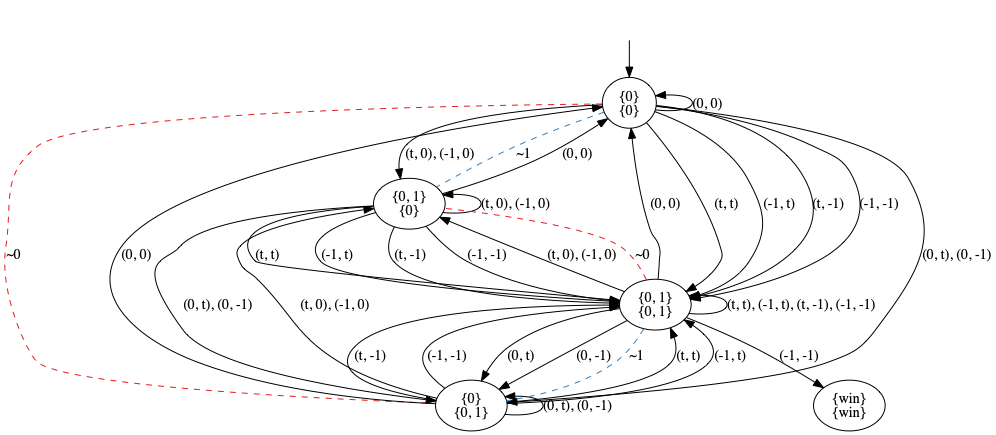
Earlier version of the Graphviz export pictures/GK.png (olandr/mkbsc). Its source is kept beside it as pictures/GK.dot.
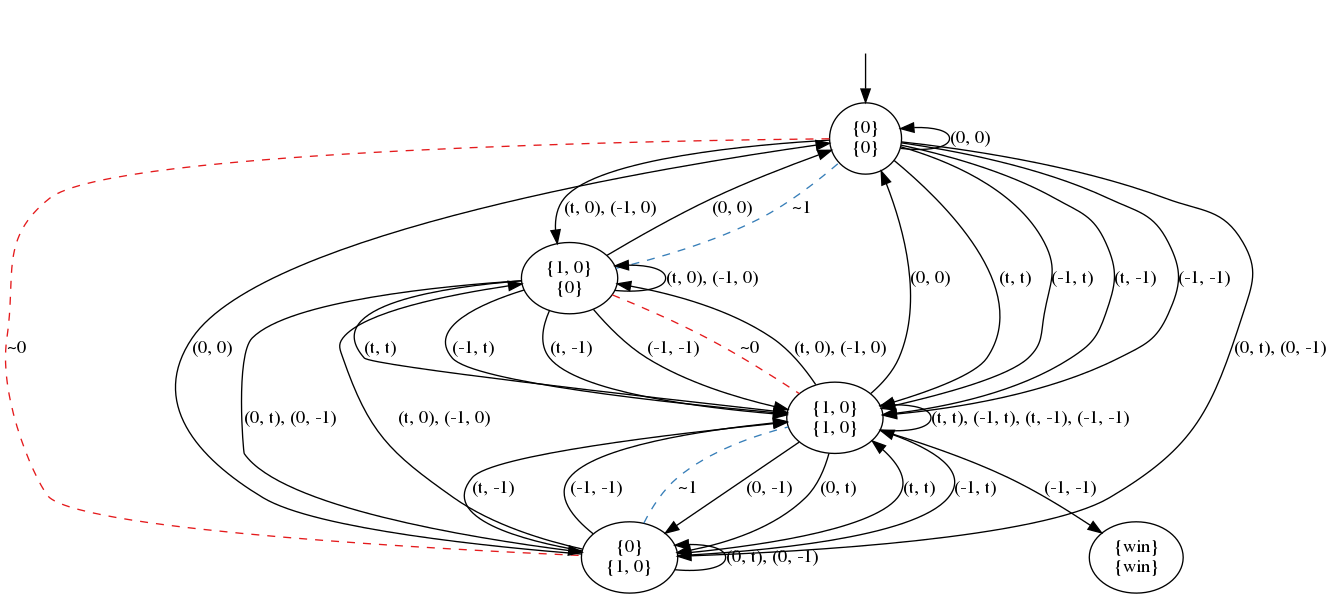
After the commit.

What changed in the source:
```diff
@@ -3,42 +3,42 @@
 nodesep=0.5;
 ranksep=0.5;
 splines=True;
-4584738208 [label="{0}\n{0}"];
-4584735800 [label="{0, 1}\n{0}"];
-4584736808 [label="{0}\n{0, 1}"];
-4584736920 [label="{0, 1}\n{0, 1}"];
-4584653992 [label="{win}\n{win}"];
+140446667546184 [label="{0}\n{0}"];
+140446667545232 [label="{1, 0}\n{0}"];
+140446667546464 [label="{0}\n{1, 0}"];
+140446667542880 [label="{1, 0}\n{1, 0}"];
+140446667216376 [label="{win}\n{win}"];
 hidden [label="", shape=none];
-4584738208 -> 4584738208  [action="('0', '0')", dir=back, key="('0', '0')", label="(0, 0)"];
-4584738208 -> 4584736920  [action="('t', 't')", key="('t', 't')", label="(t, t)"];
-4584738208 -> 4584736920  [action="('-1', 't')", key="('-1', 't')", label="(-1, t)"];
-4584738208 -> 4584736920  [action="('t', '-1')", key="('t', '-1')", label="(t, -1)"];
-4584738208 -> 4584736920  [action="('-1', '-1')", key="('-1', '-1')", label="(-1, -1)"];
-4584738208 -> 4584735800  [action="(('t', '0'), ('-1', '0'))", key="(('t', '0'), ('-1', '0'))", label="(t, 0), (-1, 0)"];
-4584738208 -> 4584735800  [arrowhead=none, color=2, colorscheme=set19, constraint=True, key=1, label="~1", style=dashed];
-4584738208 -> 4584736808  [action="(('0', 't'), ('0', '-1'))", key="(('0', 't'), ('0', '-1'))", label="(0, t), (0, -1)"];
-4584738208 -> 4584736808  [arrowhead=none, color=1, colorscheme=set19, constraint=True, key=1, label="~0", style=dashed];
-4584735800 -> 4584738208  [action="('0', '0')", key="('0', '0')", label="(0, 0)"];
-4584735800 -> 4584736920  [action="('t', 't')", key="('t', 't')", label="(t, t)"];
-4584735800 -> 4584736920  [action="('-1', 't')", key="('-1', 't')", label="(-1, t)"];
-4584735800 -> 4584736920  [action="('t', '-1')", key="('t', '-1')", label="(t, -1)"];
-4584735800 -> 4584736920  [action="('-1', '-1')", key="('-1', '-1')", label="(-1, -1)"];
-4584735800 -> 4584735800  [action="(('t', '0'), ('-1', '0'))", dir=back, key="(('t', '0'), ('-1', '0'))", label="(t, 0), (-1, 0)"];
-4584735800 -> 4584736808  [action="(('0', 't'), ('0', '-1'))", key="(('0', 't'), ('0', '-1'))", label="(0, t), (0, -1)"];
-4584736808 -> 4584738208  [action="('0', '0')", key="('0', '0')", label="(0, 0)"];
-4584736808 -> 4584736920  [action="('t', 't')", key="('t', 't')", label="(t, t)"];
-4584736808 -> 4584736920  [action="('-1', 't')", key="('-1', 't')", label="(-1, t)"];
-4584736808 -> 4584736920  [action="('t', '-1')", key="('t', '-1')", label="(t, -1)"];
-4584736808 -> 4584736920  [action="('-1', '-1')", key="('-1', '-1')", label="(-1, -1)"];
-4584736808 -> 4584735800  [action="(('t', '0'), ('-1', '0'))", key="(('t', '0'), ('-1', '0'))", label="(t, 0), (-1, 0)"];
-4584736808 -> 4584736808  [action="(('0', 't'), ('0', '-1'))", dir=back, key="(('0', 't'), ('0', '-1'))", label="(0, t), (0, -1)"];
-4584736920 -> 4584738208  [action="('0', '0')", key="('0', '0')", label="(0, 0)"];
-4584736920 -> 4584736808  [action="('0', 't')", key="('0', 't')", label="(0, t)"];
-4584736920 -> 4584736808  [action="('0', '-1')", key="('0', '-1')", label="(0, -1)"];
-4584736920 -> 4584736808  [arrowhead=none, color=2, colorscheme=set19, constraint=True, key=2, label="~1", style=dashed];
-4584736920 -> 4584653992  [action="('-1', '-1')", key="('-1', '-1')", label="(-1, -1)"];
-4584736920 -> 4584735800  [action="(('t', '0'), ('-1', '0'))", key="(('t', '0'), ('-1', '0'))", label="(t, 0), (-1, 0)"];
-4584736920 -> 4584735800  [arrowhead=none, color=1, colorscheme=set19, constraint=True, key=1, label="~0", style=dashed];
-4584736920 -> 4584736920  [action="(('t', 't'), ('-1', 't'), ('t', '-1'), ('-1', '-1'))", dir=back, key="(('t', 't'), ('-1', 't'), ('t', '-1'), ('-1', '-1'))", label="(t, t), (-1, t), (t, -1), (-1, -1)"];
-hidden -> 4584738208  [key=0];
+140446667546184 -> 140446667546184  [action="('0', '0')", dir=back, key="('0', '0')", label="(0, 0)"];
+140446667546184 -> 140446667542880  [action="('t', 't')", key="('t', 't')", label="(t, t)"];
+140446667546184 -> 140446667542880  [action="('-1', 't')", key="('-1', 't')", label="(-1, t)"];
+140446667546184 -> 140446667542880  [action="('t', '-1')", key="('t', '-1')", label="(t, -1)"];
+140446667546184 -> 140446667542880  [action="('-1', '-1')", key="('-1', '-1')", label="(-1, -1)"];
+140446667546184 -> 140446667545232  [action="(('t', '0'), ('-1', '0'))", key="(('t', '0'), ('-1', '0'))", label="(t, 0), (-1, 0)"];
+140446667546184 -> 140446667546464  [action="(('0', 't'), ('0', '-1'))", key="(('0', 't'), ('0', '-1'))", label="(0, t), (0, -1)"];
+140446667546184 -> 140446667546464  [arrowhead=none, color=1, colorscheme=set19, constraint=True, key=1, label="~0", style=dashed];
+140446667545232 -> 140446667546184  [action="('0', '0')", key="('0', '0')", label="(0, 0)"];
+140446667545232 -> 140446667546184  [arrowhead=none, color=2, colorscheme=set19, constraint=True, key=1, label="~1", style=dashed];
+140446667545232 -> 140446667542880  [action="('t', 't')", key="('t', 't')", label="(t, t)"];
+140446667545232 -> 140446667542880  [action="('-1', 't')", key="('-1', 't')", label="(-1, t)"];
+140446667545232 -> 140446667542880  [action="('t', '-1')", key="('t', '-1')", label="(t, -1)"];
+140446667545232 -> 140446667542880  [action="('-1', '-1')", key="('-1', '-1')", label="(-1, -1)"];
+140446667545232 -> 140446667542880  [arrowhead=none, color=1, colorscheme=set19, constraint=True, key=4, label="~0", style=dashed];
+140446667545232 -> 140446667545232  [action="(('t', '0'), ('-1', '0'))", dir=back, key="(('t', '0'), ('-1', '0'))", label="(t, 0), (-1, 0)"];
+140446667545232 -> 140446667546464  [action="(('0', 't'), ('0', '-1'))", key="(('0', 't'), ('0', '-1'))", label="(0, t), (0, -1)"];
+140446667546464 -> 140446667546184  [action="('0', '0')", key="('0', '0')", label="(0, 0)"];
+140446667546464 -> 140446667542880  [action="('t', 't')", key="('t', 't')", label="(t, t)"];
+140446667546464 -> 140446667542880  [action="('-1', 't')", key="('-1', 't')", label="(-1, t)"];
+140446667546464 -> 140446667542880  [action="('t', '-1')", key="('t', '-1')", label="(t, -1)"];
+140446667546464 -> 140446667542880  [action="('-1', '-1')", key="('-1', '-1')", label="(-1, -1)"];
+140446667546464 -> 140446667542880  [arrowhead=none, color=2, colorscheme=set19, constraint=True, key=4, label="~1", style=dashed];
+140446667546464 -> 140446667545232  [action="(('t', '0'), ('-1', '0'))", key="(('t', '0'), ('-1', '0'))", label="(t, 0), (-1, 0)"];
+140446667546464 -> 140446667546464  [action="(('0', 't'), ('0', '-1'))", dir=back, key="(('0', 't'), ('0', '-1'))", label="(0, t), (0, -1)"];
+140446667542880 -> 140446667546184  [action="('0', '0')", key="('0', '0')", label="(0, 0)"];
+140446667542880 -> 140446667546464  [action="('0', 't')", key="('0', 't')", label="(0, t)"];
+140446667542880 -> 140446667546464  [action="('0', '-1')", key="('0', '-1')", label="(0, -1)"];
+140446667542880 -> 140446667216376  [action="('-1', '-1')", key="('-1', '-1')", label="(-1, -1)"];
+140446667542880 -> 140446667545232  [action="(('t', '0'), ('-1', '0'))", key="(('t', '0'), ('-1', '0'))", label="(t, 0), (-1, 0)"];
+140446667542880 -> 140446667542880  [action="(('t', 't'), ('-1', 't'), ('t', '-1'), ('-1', '-1'))", dir=back, key="(('t', 't'), ('-1', 't'), ('t', '-1'), ('-1', '-1'))", label="(t, t), (-1, t), (t, -1), (-1, -1)"];
+hidden -> 140446667546184  [key=0];
 }
```
